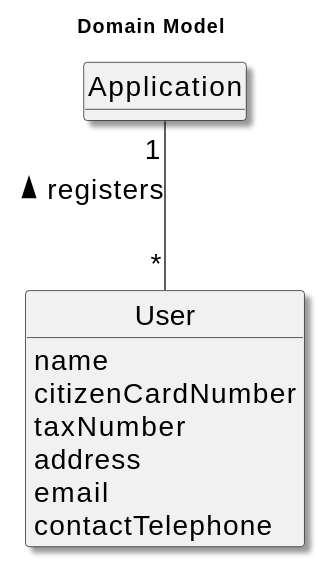
Earlier version of the PlantUML export docs/sprintB/us007/02.analysis/svg/us007-domain-model.svg (Goncalves2525/real-estate-management-system).
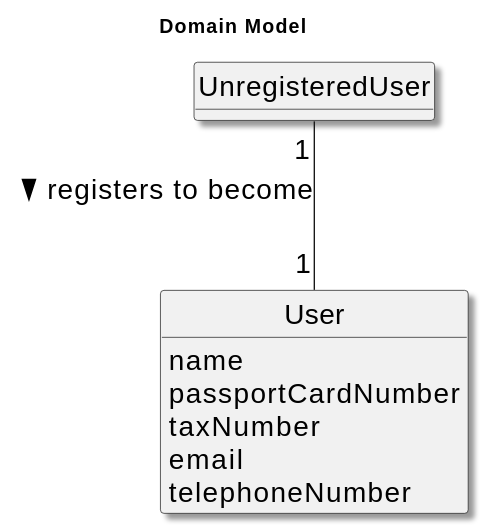
The same file after the commit.

The edit, as a diff of the source:
```diff
@@ -13,15 +13,17 @@
 
 title Domain Model
 
+class UnregisteredUser{
+}
+
 class User{
     name
-    citizenCardNumber
+    passportCardNumber
     taxNumber
-    address
     email
-    contactTelephone
+    telephoneNumber
 }
 
 
-Application "1" --- "*" User : registers <
+UnregisteredUser "1" --- "1" User : registers to become >
 @enduml
```
